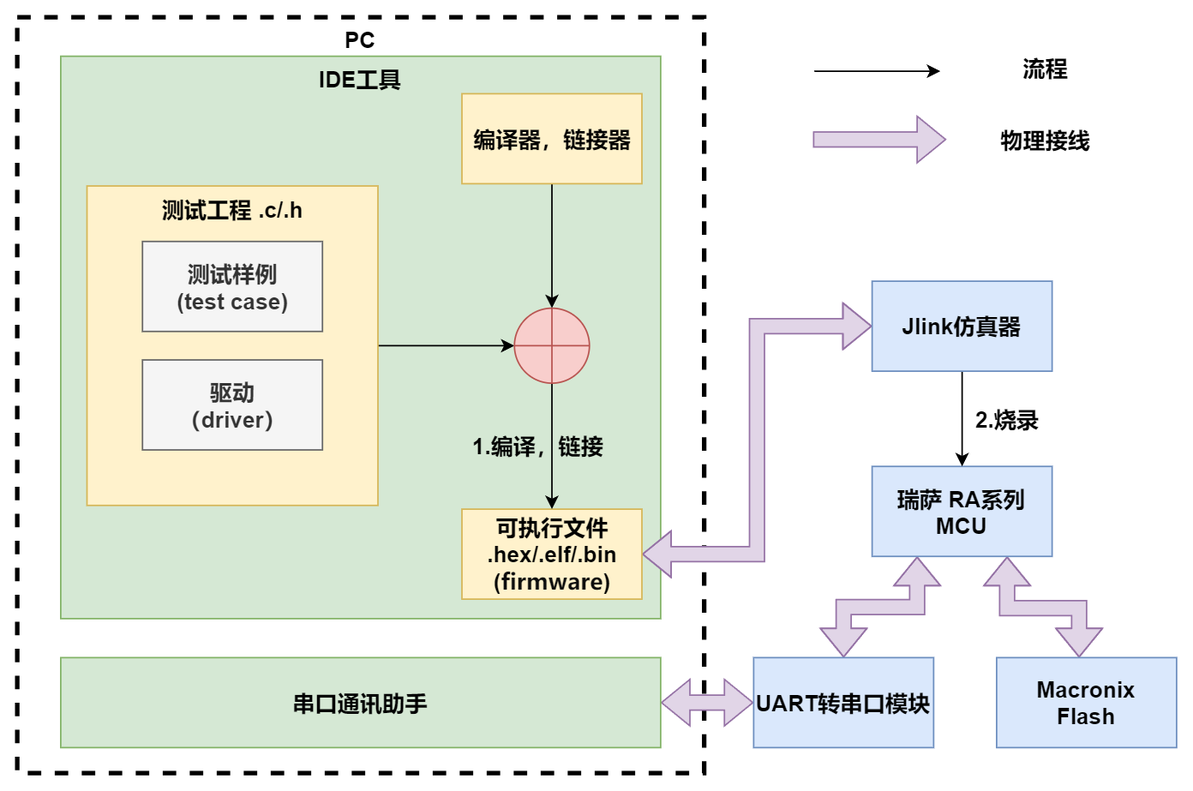
whitebkues1/ppt keeps this draw.io diagram as 常规驱动测试流程.png. Above is the earlier version. Source tidied: cells renumbered, new cells last; positions are measured from the earlier drawing's top-left corner, leaving out a move shared by most shapes. Source of this version:
```xml
<mxGraphModel>
  <root>
    <mxCell id="0" />
    <mxCell id="1" parent="0" />
    <mxCell id="2" value="&lt;font style=&quot;font-size: 15px;&quot;&gt;&lt;b&gt;PC&lt;/b&gt;&lt;/font&gt;" style="rounded=0;whiteSpace=wrap;html=1;strokeWidth=3;dashed=1;verticalAlign=top;" parent="1" vertex="1">
      <mxGeometry width="458" height="504" as="geometry" />
    </mxCell>
    <mxCell id="3" value="&lt;font style=&quot;font-size: 15px;&quot;&gt;&lt;b&gt;IDE工具&lt;/b&gt;&lt;/font&gt;" style="rounded=0;whiteSpace=wrap;html=1;verticalAlign=top;fillColor=#d5e8d4;strokeColor=#82b366;" parent="1" vertex="1">
      <mxGeometry x="29" y="26" width="400" height="375" as="geometry" />
    </mxCell>
    <mxCell id="4" style="edgeStyle=orthogonalEdgeStyle;rounded=0;jettySize=auto;html=1;exitX=0.25;exitY=1;exitDx=0;exitDy=0;entryX=0.5;entryY=0;entryDx=0;entryDy=0;shape=flexArrow;startArrow=block;fillColor=#e1d5e7;strokeColor=#9673a6;" parent="1" edge="1" source="6" target="24">
      <mxGeometry relative="1" as="geometry" />
    </mxCell>
    <mxCell id="5" style="edgeStyle=orthogonalEdgeStyle;rounded=0;jettySize=auto;html=1;exitX=0.75;exitY=1;exitDx=0;exitDy=0;shape=flexArrow;startArrow=block;fillColor=#e1d5e7;strokeColor=#9673a6;" parent="1" edge="1" source="6" target="23">
      <mxGeometry relative="1" as="geometry">
        <Array as="points">
          <mxPoint x="660" y="394" />
          <mxPoint x="708" y="394" />
        </Array>
      </mxGeometry>
    </mxCell>
    <mxCell id="6" value="&lt;b style=&quot;font-size: 15px;&quot;&gt;&lt;font style=&quot;font-size: 15px;&quot;&gt;瑞萨 RA系列MCU&lt;/font&gt;&lt;/b&gt;" style="rounded=0;whiteSpace=wrap;html=1;fillColor=#dae8fc;strokeColor=#6c8ebf;fontSize=15;" parent="1" vertex="1">
      <mxGeometry x="570" y="299.5" width="120" height="60" as="geometry" />
    </mxCell>
    <mxCell id="7" style="edgeStyle=orthogonalEdgeStyle;rounded=0;jettySize=auto;html=1;exitX=1;exitY=0.5;exitDx=0;exitDy=0;entryX=0;entryY=0.5;entryDx=0;entryDy=0;fontSize=15;" parent="1" edge="1" source="8" target="14">
      <mxGeometry relative="1" as="geometry" />
    </mxCell>
    <mxCell id="8" value="&lt;font style=&quot;font-size: 15px;&quot;&gt;测试工程 .c/.h&lt;/font&gt;" style="rounded=0;whiteSpace=wrap;html=1;verticalAlign=top;fontStyle=1;fillColor=#fff2cc;strokeColor=#d6b656;fontSize=15;" parent="1" vertex="1">
      <mxGeometry x="46.5" y="112.5" width="194" height="213" as="geometry" />
    </mxCell>
    <mxCell id="9" value="驱动&lt;div style=&quot;font-size: 15px;&quot;&gt;（driver）&lt;/div&gt;" style="rounded=0;whiteSpace=wrap;html=1;fontSize=15;fontStyle=1;fillColor=#f5f5f5;strokeColor=#666666;fontColor=#333333;" parent="1" vertex="1">
      <mxGeometry x="83.5" y="228.5" width="120" height="60" as="geometry" />
    </mxCell>
    <mxCell id="10" value="&lt;font style=&quot;font-size: 15px;&quot;&gt;测试样例&lt;/font&gt;&lt;div style=&quot;font-size: 15px;&quot;&gt;&lt;font style=&quot;font-size: 15px;&quot;&gt;(test case)&lt;/font&gt;&lt;/div&gt;" style="rounded=0;whiteSpace=wrap;html=1;fontStyle=1;fillColor=#f5f5f5;strokeColor=#666666;fontColor=#333333;fontSize=15;" parent="1" vertex="1">
      <mxGeometry x="83.5" y="149.5" width="120" height="60" as="geometry" />
    </mxCell>
    <mxCell id="11" style="edgeStyle=orthogonalEdgeStyle;rounded=0;jettySize=auto;html=1;exitX=1;exitY=0.5;exitDx=0;exitDy=0;entryX=0;entryY=0.5;entryDx=0;entryDy=0;shape=flexArrow;startArrow=block;fillColor=#e1d5e7;strokeColor=#9673a6;" parent="1" edge="1" source="12" target="18">
      <mxGeometry relative="1" as="geometry" />
    </mxCell>
    <mxCell id="12" value="可执行文件 .hex/.elf/.bin&lt;div style=&quot;font-size: 15px;&quot;&gt;(&lt;span style=&quot;color: rgb(13, 13, 13); font-family: Söhne, ui-sans-serif, system-ui, -apple-system, &amp;quot;Segoe UI&amp;quot;, Roboto, Ubuntu, Cantarell, &amp;quot;Noto Sans&amp;quot;, sans-serif, &amp;quot;Helvetica Neue&amp;quot;, Arial, &amp;quot;Apple Color Emoji&amp;quot;, &amp;quot;Segoe UI Emoji&amp;quot;, &amp;quot;Segoe UI Symbol&amp;quot;, &amp;quot;Noto Color Emoji&amp;quot;; text-align: start; white-space-collapse: preserve; font-size: 15px;&quot;&gt;&lt;font style=&quot;font-size: 15px;&quot;&gt;firmware&lt;/font&gt;&lt;/span&gt;)&lt;/div&gt;" style="rounded=0;whiteSpace=wrap;html=1;fontSize=15;fontStyle=1;fillColor=#fff2cc;strokeColor=#d6b656;" parent="1" vertex="1">
      <mxGeometry x="296.5" y="328" width="120" height="60" as="geometry" />
    </mxCell>
    <mxCell id="13" style="edgeStyle=orthogonalEdgeStyle;rounded=0;jettySize=auto;html=1;exitX=0.5;exitY=1;exitDx=0;exitDy=0;entryX=0.5;entryY=0;entryDx=0;entryDy=0;fontSize=15;" parent="1" edge="1" source="14" target="12">
      <mxGeometry relative="1" as="geometry" />
    </mxCell>
    <mxCell id="14" style="shape=orEllipse;perimeter=ellipsePerimeter;whiteSpace=wrap;html=1;backgroundOutline=1;fillColor=#f8cecc;strokeColor=#b85450;fontSize=15;" parent="1" vertex="1">
      <mxGeometry x="331.5" y="194" width="50" height="50" as="geometry" />
    </mxCell>
    <mxCell id="15" style="edgeStyle=orthogonalEdgeStyle;rounded=0;jettySize=auto;html=1;exitX=0.5;exitY=1;exitDx=0;exitDy=0;entryX=0.5;entryY=0;entryDx=0;entryDy=0;fontSize=15;" parent="1" edge="1" source="16" target="14">
      <mxGeometry relative="1" as="geometry" />
    </mxCell>
    <mxCell id="16" value="编译器，链接器" style="rounded=0;whiteSpace=wrap;html=1;fontSize=15;fontStyle=1;fillColor=#fff2cc;strokeColor=#d6b656;" parent="1" vertex="1">
      <mxGeometry x="296.5" y="51" width="120" height="60" as="geometry" />
    </mxCell>
    <mxCell id="17" style="edgeStyle=orthogonalEdgeStyle;rounded=0;jettySize=auto;html=1;exitX=0.5;exitY=1;exitDx=0;exitDy=0;entryX=0.5;entryY=0;entryDx=0;entryDy=0;" parent="1" edge="1" source="18" target="6">
      <mxGeometry relative="1" as="geometry" />
    </mxCell>
    <mxCell id="18" value="&lt;b&gt;Jlink仿真器&lt;/b&gt;" style="rounded=0;whiteSpace=wrap;html=1;fillColor=#dae8fc;strokeColor=#6c8ebf;fontSize=15;" parent="1" vertex="1">
      <mxGeometry x="570" y="176" width="120" height="60" as="geometry" />
    </mxCell>
    <mxCell id="19" value="&lt;b style=&quot;font-size: 15px;&quot;&gt;&lt;font style=&quot;font-size: 15px;&quot;&gt;2.烧录&lt;/font&gt;&lt;/b&gt;" style="text;html=1;align=center;verticalAlign=middle;whiteSpace=wrap;rounded=0;fontSize=15;" parent="1" vertex="1">
      <mxGeometry x="615" y="253" width="90.5" height="30" as="geometry" />
    </mxCell>
    <mxCell id="20" value="&lt;b style=&quot;font-size: 15px;&quot;&gt;&lt;font style=&quot;font-size: 15px;&quot;&gt;1.编译，链接&lt;/font&gt;&lt;/b&gt;" style="text;html=1;align=center;verticalAlign=middle;whiteSpace=wrap;rounded=0;fontSize=15;fillColor=none;" parent="1" vertex="1">
      <mxGeometry x="302" y="271" width="90.5" height="30" as="geometry" />
    </mxCell>
    <mxCell id="21" style="edgeStyle=orthogonalEdgeStyle;rounded=0;jettySize=auto;html=1;exitX=1;exitY=0.5;exitDx=0;exitDy=0;entryX=0;entryY=0.5;entryDx=0;entryDy=0;shape=flexArrow;startArrow=block;fillColor=#e1d5e7;strokeColor=#9673a6;" parent="1" edge="1" source="22" target="24">
      <mxGeometry relative="1" as="geometry" />
    </mxCell>
    <mxCell id="22" value="串口通讯助手" style="rounded=0;whiteSpace=wrap;html=1;fontSize=15;fontStyle=1;fillColor=#d5e8d4;strokeColor=#82b366;" parent="1" vertex="1">
      <mxGeometry x="29" y="427" width="400" height="60" as="geometry" />
    </mxCell>
    <mxCell id="23" value="Macronix&lt;div&gt;Flash&lt;/div&gt;" style="rounded=0;whiteSpace=wrap;html=1;fillColor=#dae8fc;strokeColor=#6c8ebf;fontSize=15;fontStyle=1;" parent="1" vertex="1">
      <mxGeometry x="653" y="427" width="120" height="60" as="geometry" />
    </mxCell>
    <mxCell id="24" value="UART转串口模块" style="rounded=0;whiteSpace=wrap;html=1;fillColor=#dae8fc;strokeColor=#6c8ebf;fontSize=15;fontStyle=1;" parent="1" vertex="1">
      <mxGeometry x="491" y="427" width="120" height="60" as="geometry" />
    </mxCell>
    <mxCell id="25" style="endArrow=classic;html=1;rounded=0;" parent="1" edge="1">
      <mxGeometry relative="1" as="geometry">
        <mxPoint x="531.5" y="36" as="sourcePoint" />
        <mxPoint x="615.5" y="36" as="targetPoint" />
      </mxGeometry>
    </mxCell>
    <mxCell id="26" style="shape=flexArrow;endArrow=classic;html=1;rounded=0;fillColor=#e1d5e7;strokeColor=#9673a6;" parent="1" edge="1">
      <mxGeometry relative="1" as="geometry">
        <mxPoint x="530.5" y="81.5" as="sourcePoint" />
        <mxPoint x="619.5" y="81.5" as="targetPoint" />
      </mxGeometry>
    </mxCell>
    <mxCell id="27" value="流程" style="text;html=1;align=center;verticalAlign=middle;whiteSpace=wrap;rounded=0;fontSize=15;fontStyle=1;" parent="1" vertex="1">
      <mxGeometry x="645.5" y="19" width="80" height="30" as="geometry" />
    </mxCell>
    <mxCell id="28" value="物理接线" style="text;html=1;align=center;verticalAlign=middle;whiteSpace=wrap;rounded=0;fontSize=15;fontStyle=1;" parent="1" vertex="1">
      <mxGeometry x="645.5" y="67" width="80" height="30" as="geometry" />
    </mxCell>
  </root>
</mxGraphModel>
```
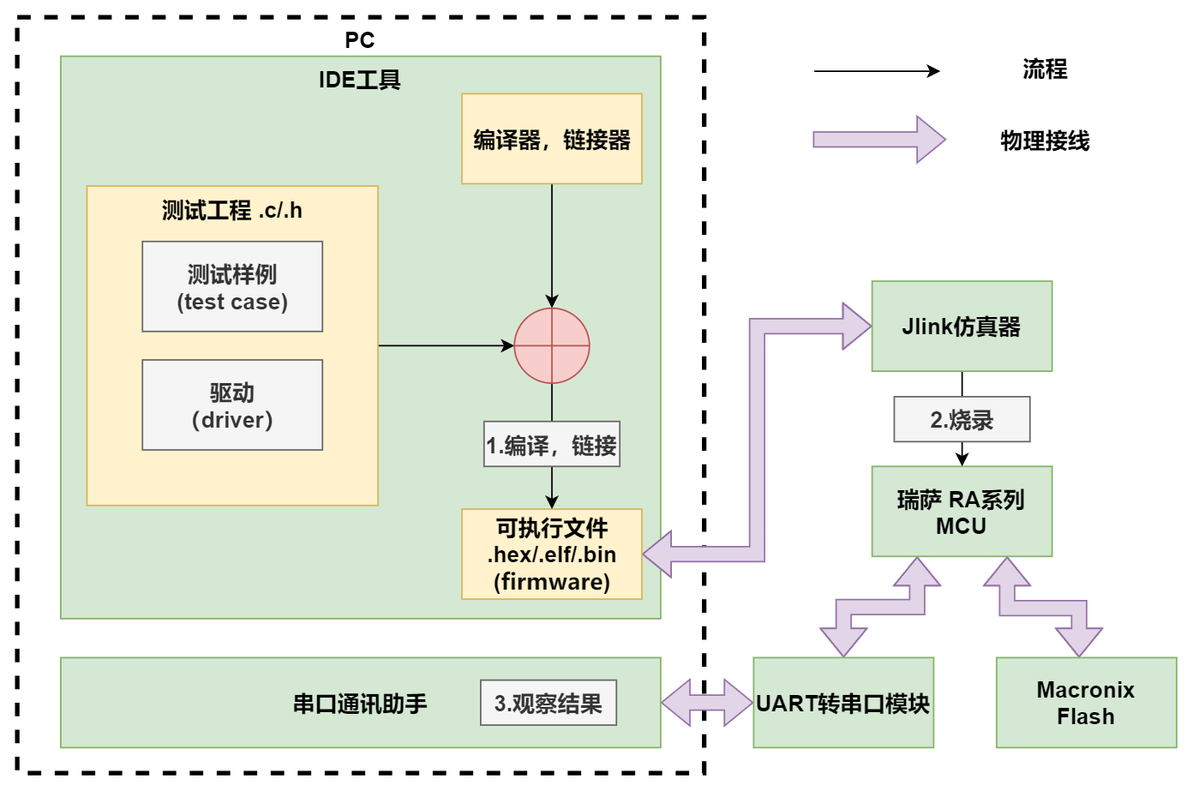
The same file after the commit.

Diff of the diagram source:
```diff
@@ -19,7 +19,7 @@
         </Array>
       </mxGeometry>
     </mxCell>
-    <mxCell id="6" value="&lt;b style=&quot;font-size: 15px;&quot;&gt;&lt;font style=&quot;font-size: 15px;&quot;&gt;瑞萨 RA系列MCU&lt;/font&gt;&lt;/b&gt;" style="rounded=0;whiteSpace=wrap;html=1;fillColor=#dae8fc;strokeColor=#6c8ebf;fontSize=15;" parent="1" vertex="1">
+    <mxCell id="6" value="&lt;b style=&quot;font-size: 15px;&quot;&gt;&lt;font style=&quot;font-size: 15px;&quot;&gt;瑞萨 RA系列MCU&lt;/font&gt;&lt;/b&gt;" style="rounded=0;whiteSpace=wrap;html=1;fillColor=#d5e8d4;strokeColor=#82b366;fontSize=15;" parent="1" vertex="1">
       <mxGeometry x="570" y="299.5" width="120" height="60" as="geometry" />
     </mxCell>
     <mxCell id="7" style="edgeStyle=orthogonalEdgeStyle;rounded=0;jettySize=auto;html=1;exitX=1;exitY=0.5;exitDx=0;exitDy=0;entryX=0;entryY=0.5;entryDx=0;entryDy=0;fontSize=15;" parent="1" edge="1" source="8" target="14">
@@ -55,14 +55,14 @@
     <mxCell id="17" style="edgeStyle=orthogonalEdgeStyle;rounded=0;jettySize=auto;html=1;exitX=0.5;exitY=1;exitDx=0;exitDy=0;entryX=0.5;entryY=0;entryDx=0;entryDy=0;" parent="1" edge="1" source="18" target="6">
       <mxGeometry relative="1" as="geometry" />
     </mxCell>
-    <mxCell id="18" value="&lt;b&gt;Jlink仿真器&lt;/b&gt;" style="rounded=0;whiteSpace=wrap;html=1;fillColor=#dae8fc;strokeColor=#6c8ebf;fontSize=15;" parent="1" vertex="1">
+    <mxCell id="18" value="&lt;b&gt;Jlink仿真器&lt;/b&gt;" style="rounded=0;whiteSpace=wrap;html=1;fillColor=#d5e8d4;strokeColor=#82b366;fontSize=15;" parent="1" vertex="1">
       <mxGeometry x="570" y="176" width="120" height="60" as="geometry" />
     </mxCell>
-    <mxCell id="19" value="&lt;b style=&quot;font-size: 15px;&quot;&gt;&lt;font style=&quot;font-size: 15px;&quot;&gt;2.烧录&lt;/font&gt;&lt;/b&gt;" style="text;html=1;align=center;verticalAlign=middle;whiteSpace=wrap;rounded=0;fontSize=15;" parent="1" vertex="1">
-      <mxGeometry x="615" y="253" width="90.5" height="30" as="geometry" />
+    <mxCell id="19" value="&lt;b style=&quot;font-size: 15px;&quot;&gt;&lt;font style=&quot;font-size: 15px;&quot;&gt;2.烧录&lt;/font&gt;&lt;/b&gt;" style="text;html=1;align=center;verticalAlign=middle;whiteSpace=wrap;rounded=0;fontSize=15;fillColor=#f5f5f5;fontColor=#333333;strokeColor=#666666;" parent="1" vertex="1">
+      <mxGeometry x="584.8" y="253" width="90.5" height="30" as="geometry" />
     </mxCell>
-    <mxCell id="20" value="&lt;b style=&quot;font-size: 15px;&quot;&gt;&lt;font style=&quot;font-size: 15px;&quot;&gt;1.编译，链接&lt;/font&gt;&lt;/b&gt;" style="text;html=1;align=center;verticalAlign=middle;whiteSpace=wrap;rounded=0;fontSize=15;fillColor=none;" parent="1" vertex="1">
-      <mxGeometry x="302" y="271" width="90.5" height="30" as="geometry" />
+    <mxCell id="20" value="&lt;b style=&quot;font-size: 15px;&quot;&gt;&lt;font style=&quot;font-size: 15px;&quot;&gt;1.编译，链接&lt;/font&gt;&lt;/b&gt;" style="text;html=1;align=center;verticalAlign=middle;whiteSpace=wrap;rounded=0;fontSize=15;fillColor=#f5f5f5;strokeColor=#666666;fontColor=#333333;" parent="1" vertex="1">
+      <mxGeometry x="311.2" y="269.5" width="90.5" height="30" as="geometry" />
     </mxCell>
     <mxCell id="21" style="edgeStyle=orthogonalEdgeStyle;rounded=0;jettySize=auto;html=1;exitX=1;exitY=0.5;exitDx=0;exitDy=0;entryX=0;entryY=0.5;entryDx=0;entryDy=0;shape=flexArrow;startArrow=block;fillColor=#e1d5e7;strokeColor=#9673a6;" parent="1" edge="1" source="22" target="24">
       <mxGeometry relative="1" as="geometry" />
@@ -70,10 +70,10 @@
     <mxCell id="22" value="串口通讯助手" style="rounded=0;whiteSpace=wrap;html=1;fontSize=15;fontStyle=1;fillColor=#d5e8d4;strokeColor=#82b366;" parent="1" vertex="1">
       <mxGeometry x="29" y="427" width="400" height="60" as="geometry" />
     </mxCell>
-    <mxCell id="23" value="Macronix&lt;div&gt;Flash&lt;/div&gt;" style="rounded=0;whiteSpace=wrap;html=1;fillColor=#dae8fc;strokeColor=#6c8ebf;fontSize=15;fontStyle=1;" parent="1" vertex="1">
+    <mxCell id="23" value="Macronix&lt;div&gt;Flash&lt;/div&gt;" style="rounded=0;whiteSpace=wrap;html=1;fillColor=#d5e8d4;strokeColor=#82b366;fontSize=15;fontStyle=1;" parent="1" vertex="1">
       <mxGeometry x="653" y="427" width="120" height="60" as="geometry" />
     </mxCell>
-    <mxCell id="24" value="UART转串口模块" style="rounded=0;whiteSpace=wrap;html=1;fillColor=#dae8fc;strokeColor=#6c8ebf;fontSize=15;fontStyle=1;" parent="1" vertex="1">
+    <mxCell id="24" value="UART转串口模块" style="rounded=0;whiteSpace=wrap;html=1;fillColor=#d5e8d4;strokeColor=#82b366;fontSize=15;fontStyle=1;" parent="1" vertex="1">
       <mxGeometry x="491" y="427" width="120" height="60" as="geometry" />
     </mxCell>
     <mxCell id="25" style="endArrow=classic;html=1;rounded=0;" parent="1" edge="1">
@@ -94,5 +94,8 @@
     <mxCell id="28" value="物理接线" style="text;html=1;align=center;verticalAlign=middle;whiteSpace=wrap;rounded=0;fontSize=15;fontStyle=1;" parent="1" vertex="1">
       <mxGeometry x="645.5" y="67" width="80" height="30" as="geometry" />
     </mxCell>
+    <mxCell id="29" value="&lt;b style=&quot;font-size: 15px;&quot;&gt;&lt;font style=&quot;font-size: 15px;&quot;&gt;3.观察结果&lt;/font&gt;&lt;/b&gt;" style="text;html=1;align=center;verticalAlign=middle;whiteSpace=wrap;rounded=0;fontSize=15;fillColor=#f5f5f5;fontColor=#333333;strokeColor=#666666;" parent="1" vertex="1">
+      <mxGeometry x="309" y="442" width="90.5" height="30" as="geometry" />
+    </mxCell>
   </root>
 </mxGraphModel>
```
